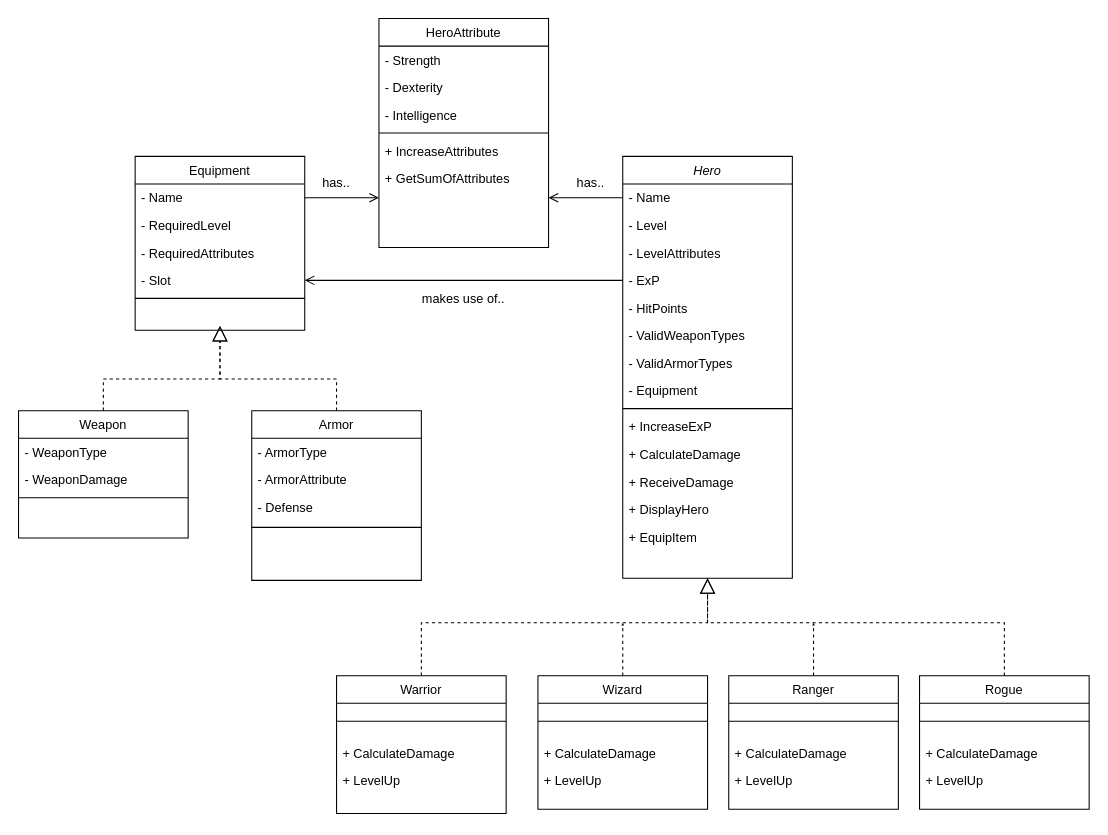
vegardandersson/additional-files keeps this draw.io diagram as rpggame.drawio. Above is the earlier version. Source tidied: cells renumbered, new cells numbered last; positions are measured from the earlier drawing's top-left corner, leaving out a move shared by most shapes. Both pictures are drawn from the tidied source at 106%, with x=0, y=0 at pixel (18, 18).
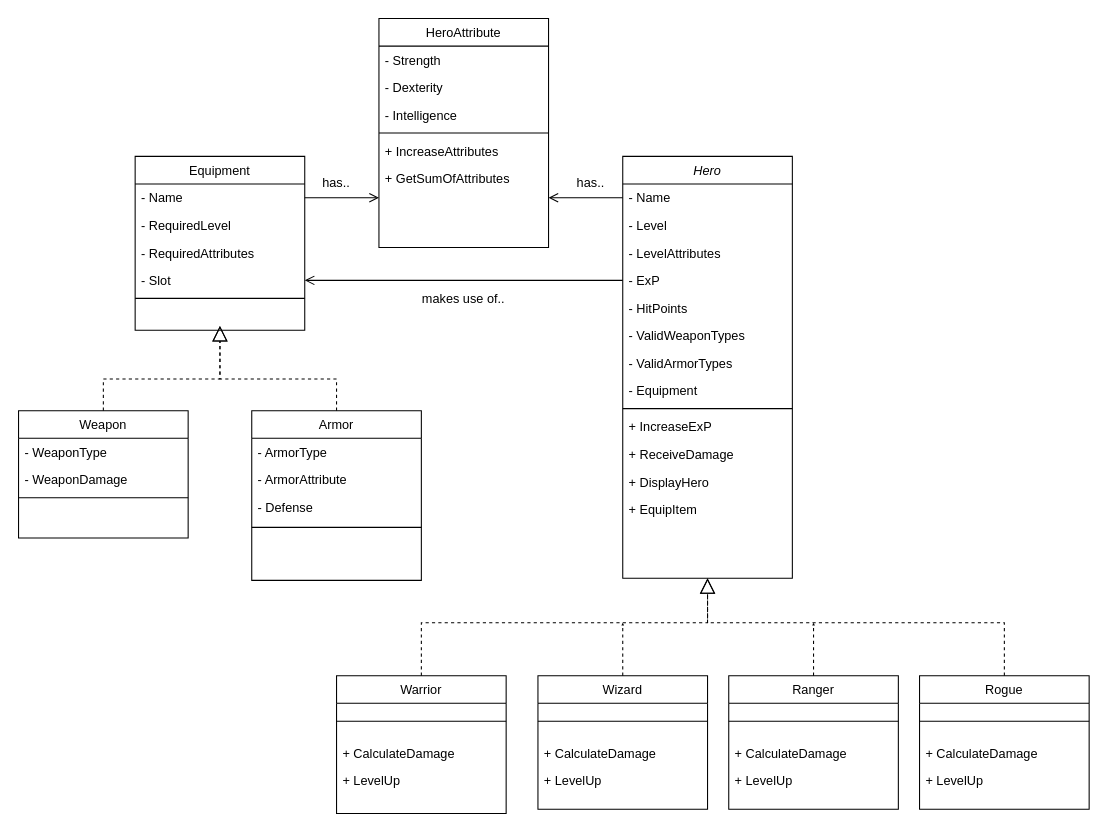
The same diagram, later.

The change refers to these unchanged cells:
```xml
<mxCell id="2" value="Hero" style="swimlane;fontStyle=2;align=center;verticalAlign=top;horizontal=1;startSize=26;rounded=0;shadow=0;strokeWidth=1;" parent="1" vertex="1">
  <mxGeometry x="570" y="130" width="160" height="398" as="geometry" />
</mxCell>
```

Change to the diagram source:
```diff
@@
-    <mxCell id="13" value="+ CalculateDamage" style="text;align=left;verticalAlign=top;spacingLeft=4;spacingRight=4;overflow=hidden;rounded=0;shadow=0;html=0;" parent="2" vertex="1">
-      <mxGeometry y="268" width="160" height="26" as="geometry" />
-    </mxCell>
     <mxCell id="14" value="+ ReceiveDamage" style="text;align=left;verticalAlign=top;spacingLeft=4;spacingRight=4;overflow=hidden;rounded=0;shadow=0;html=0;" parent="2" vertex="1">
-      <mxGeometry y="294" width="160" height="26" as="geometry" />
+      <mxGeometry y="268" width="160" height="26" as="geometry" />
     </mxCell>
     <mxCell id="15" value="+ DisplayHero" style="text;align=left;verticalAlign=top;spacingLeft=4;spacingRight=4;overflow=hidden;rounded=0;shadow=0;html=0;" parent="2" vertex="1">
-      <mxGeometry y="320" width="160" height="26" as="geometry" />
+      <mxGeometry y="294" width="160" height="26" as="geometry" />
     </mxCell>
     <mxCell id="16" value="+ EquipItem" style="text;align=left;verticalAlign=top;spacingLeft=4;spacingRight=4;overflow=hidden;rounded=0;shadow=0;html=0;" parent="2" vertex="1">
-      <mxGeometry y="346" width="160" height="26" as="geometry" />
+      <mxGeometry y="320" width="160" height="26" as="geometry" />
     </mxCell>
```
